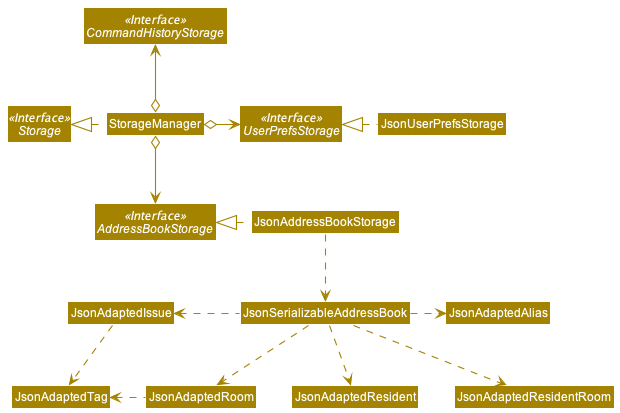
Earlier version of the PlantUML export docs/images/StorageClassDiagram.png (nus-cs2103-AY2021S2/tp).
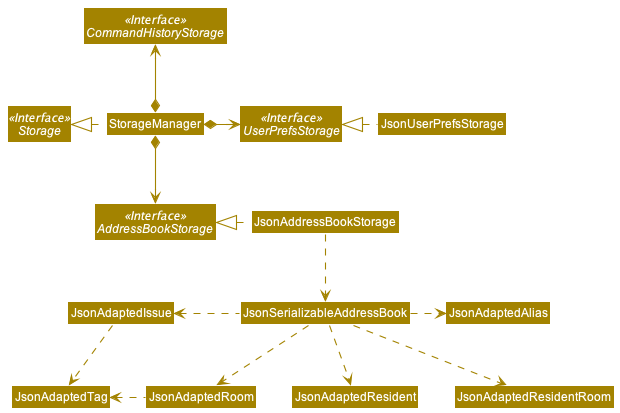
The same diagram one commit later.

Diff of the diagram source:
```diff
@@ -11,9 +11,9 @@
 
 Class StorageManager
 StorageManager .left.|> Storage
-StorageManager o-right-> UserPrefsStorage
-StorageManager o--> AddressBookStorage
-StorageManager o-up-> CommandHistoryStorage
+StorageManager *-right-> UserPrefsStorage
+StorageManager *--> AddressBookStorage
+StorageManager *-up-> CommandHistoryStorage
 
 Class JsonUserPrefsStorage
 JsonUserPrefsStorage .left.|> UserPrefsStorage
```
